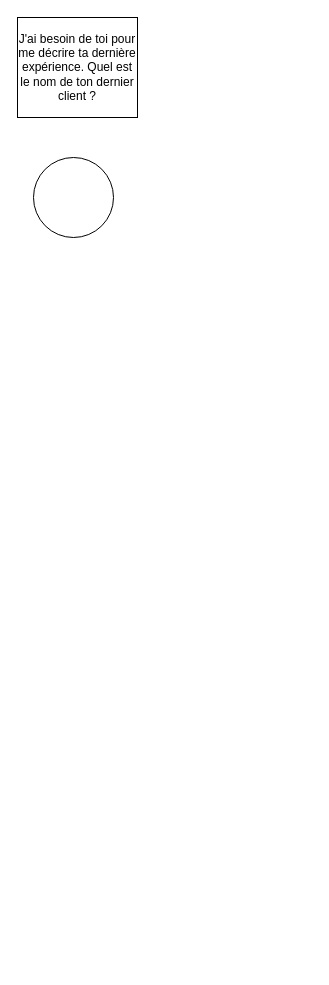
Above: Diagramme sans nom.drawio in pedenys/drawio (draw.io), before the change. Source tidied: cells renumbered, new cells numbered last; positions are measured from the earlier drawing's top-left corner, leaving out a move shared by most shapes. Both pictures are drawn from the tidied source at 100%, with x=0, y=0 at pixel (17, 17).
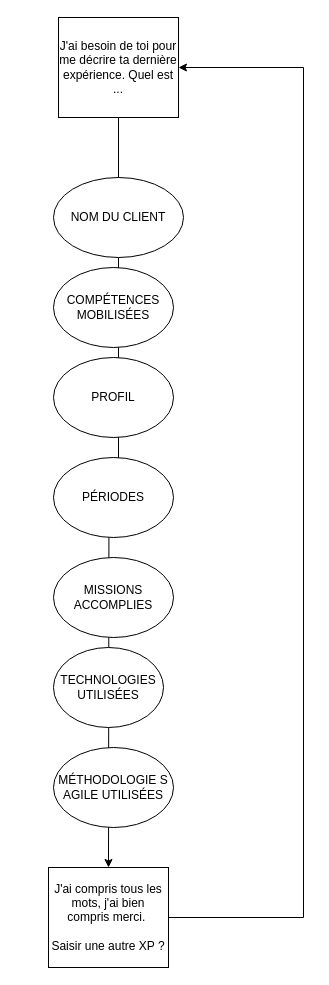
The same diagram, later.

Commit message (it also covers changes not shown here):
Mettre à jour Diagramme sans nom.drawio

Diff of the diagram source:
```diff
@@
 <mxGraphModel>
   <root>
     <mxCell id="0" />
     <mxCell id="1" parent="0" />
+    <mxCell id="4" style="edgeStyle=orthogonalEdgeStyle;rounded=0;jettySize=auto;html=1;" parent="1" edge="1" source="2">
+      <mxGeometry relative="1" as="geometry">
+        <mxPoint x="91" y="850" as="targetPoint" />
+      </mxGeometry>
+    </mxCell>
-    <mxCell id="2" value="J'ai besoin de toi pour me décrire ta dernière expérience. Quel est le nom de ton dernier client ?" style="whiteSpace=wrap;html=1;" parent="1" vertex="1">
-      <mxGeometry width="120" height="100" as="geometry" />
+    <mxCell id="2" value="J'ai besoin de toi pour me décrire ta dernière expérience. Quel est ..." style="whiteSpace=wrap;html=1;" parent="1" vertex="1">
+      <mxGeometry x="41" width="120" height="100" as="geometry" />
     </mxCell>
-    <mxCell id="3" style="ellipse;whiteSpace=wrap;html=1;" parent="1" vertex="1">
-      <mxGeometry x="16" y="140" width="80" height="80" as="geometry" />
+    <mxCell id="3" value="NOM DU CLIENT" style="ellipse;whiteSpace=wrap;html=1;" parent="1" vertex="1">
+      <mxGeometry x="36" y="160" width="130" height="80" as="geometry" />
     </mxCell>
+    <mxCell id="5" value="PÉRIODES" style="ellipse;whiteSpace=wrap;html=1;" parent="1" vertex="1">
+      <mxGeometry x="36" y="440" width="120" height="80" as="geometry" />
+    </mxCell>
+    <mxCell id="6" value="MISSIONS ACCOMPLIES" style="ellipse;whiteSpace=wrap;html=1;" parent="1" vertex="1">
+      <mxGeometry x="36" y="540" width="120" height="80" as="geometry" />
+    </mxCell>
+    <mxCell id="7" value="TECHNOLOGIES UTILISÉES" style="ellipse;whiteSpace=wrap;html=1;" parent="1" vertex="1">
+      <mxGeometry x="36" y="630" width="110" height="80" as="geometry" />
+    </mxCell>
+    <mxCell id="8" value="MÉTHODOLOGIE S AGILE UTILISÉES" style="ellipse;whiteSpace=wrap;html=1;" parent="1" vertex="1">
+      <mxGeometry x="36" y="730" width="120" height="80" as="geometry" />
+    </mxCell>
+    <mxCell id="9" value="COMPÉTENCES MOBILISÉES" style="ellipse;whiteSpace=wrap;html=1;" parent="1" vertex="1">
+      <mxGeometry x="36" y="250" width="120" height="80" as="geometry" />
+    </mxCell>
+    <mxCell id="10" value="PROFIL" style="ellipse;whiteSpace=wrap;html=1;" parent="1" vertex="1">
+      <mxGeometry x="36" y="340" width="120" height="80" as="geometry" />
+    </mxCell>
+    <mxCell id="11" style="edgeStyle=orthogonalEdgeStyle;rounded=0;jettySize=auto;html=1;entryX=1;entryY=0.5;entryDx=0;entryDy=0;" parent="1" edge="1" source="12" target="2">
+      <mxGeometry relative="1" as="geometry">
+        <Array as="points">
+          <mxPoint x="286" y="900" />
+          <mxPoint x="286" y="50" />
+        </Array>
+      </mxGeometry>
+    </mxCell>
+    <mxCell id="12" value="J'ai compris tous les mots, j'ai bien compris merci.&amp;nbsp;&lt;div&gt;&lt;br&gt;&lt;/div&gt;&lt;div&gt;Saisir une autre XP ?&lt;/div&gt;" style="whiteSpace=wrap;html=1;" parent="1" vertex="1">
+      <mxGeometry x="31" y="850" width="120" height="100" as="geometry" />
+    </mxCell>
   </root>
 </mxGraphModel>
```
